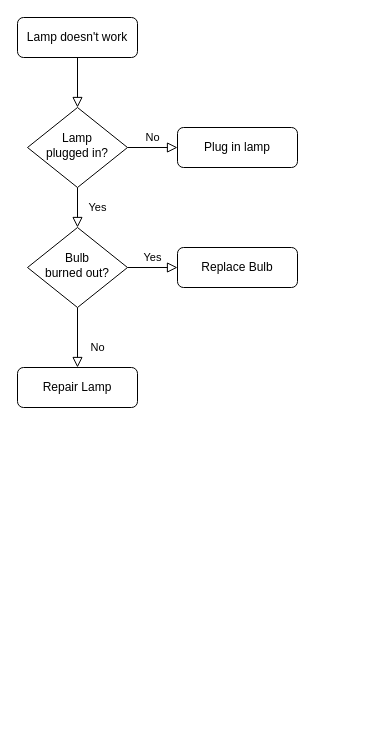
This is dep_diff.drawio from gdutxiaoxu/diagrams, a draw.io file, before an edit. Source tidied: cells renumbered, new cells numbered last; positions are measured from the earlier drawing's top-left corner, leaving out a move shared by most shapes. Both pictures are drawn from the tidied source at 100%, with x=0, y=0 at pixel (17, 17).
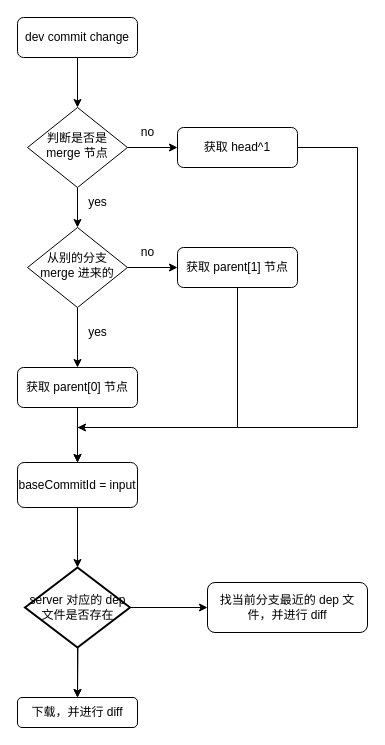
After the change.

What changed in the source:
```diff
@@
-    <mxCell id="2" style="rounded=0;html=1;jettySize=auto;fontSize=11;endArrow=block;endFill=0;endSize=8;strokeWidth=1;shadow=0;labelBackgroundColor=none;edgeStyle=orthogonalEdgeStyle;" parent="1" edge="1" source="3" target="6">
+    <mxCell id="2" style="edgeStyle=orthogonalEdgeStyle;rounded=0;jettySize=auto;html=1;" parent="1" edge="1" source="3" target="6">
       <mxGeometry relative="1" as="geometry" />
     </mxCell>
-    <mxCell id="3" value="Lamp doesn't work" style="rounded=1;whiteSpace=wrap;html=1;fontSize=12;glass=0;strokeWidth=1;shadow=0;" parent="1" vertex="1">
+    <mxCell id="3" value="dev commit change" style="rounded=1;whiteSpace=wrap;html=1;fontSize=12;glass=0;strokeWidth=1;shadow=0;" parent="1" vertex="1">
       <mxGeometry width="120" height="40" as="geometry" />
     </mxCell>
+    <mxCell id="5" style="edgeStyle=orthogonalEdgeStyle;rounded=0;jettySize=auto;html=1;" parent="1" edge="1" source="6" target="7">
+      <mxGeometry relative="1" as="geometry" />
+    </mxCell>
-    <mxCell id="4" value="Yes" style="rounded=0;html=1;jettySize=auto;fontSize=11;endArrow=block;endFill=0;endSize=8;strokeWidth=1;shadow=0;labelBackgroundColor=none;edgeStyle=orthogonalEdgeStyle;" parent="1" edge="1" source="6" target="10">
-      <mxGeometry y="20" relative="1" as="geometry" />
+    <mxCell id="4" style="edgeStyle=orthogonalEdgeStyle;rounded=0;jettySize=auto;html=1;" parent="1" edge="1" source="6" target="10">
+      <mxGeometry relative="1" as="geometry" />
     </mxCell>
-    <mxCell id="5" value="No" style="edgeStyle=orthogonalEdgeStyle;rounded=0;html=1;jettySize=auto;fontSize=11;endArrow=block;endFill=0;endSize=8;strokeWidth=1;shadow=0;labelBackgroundColor=none;" parent="1" edge="1" source="6" target="7">
-      <mxGeometry y="10" relative="1" as="geometry" />
-    </mxCell>
-    <mxCell id="6" value="Lamp&lt;br&gt;plugged in?" style="rhombus;whiteSpace=wrap;html=1;shadow=0;fontFamily=Helvetica;fontSize=12;align=center;strokeWidth=1;spacing=6;spacingTop=-4;" parent="1" vertex="1">
+    <mxCell id="6" value="判断是否是 merge 节点" style="rhombus;whiteSpace=wrap;html=1;shadow=0;fontFamily=Helvetica;fontSize=12;align=center;strokeWidth=1;spacing=6;spacingTop=-4;" parent="1" vertex="1">
       <mxGeometry x="10" y="90" width="100" height="80" as="geometry" />
     </mxCell>
+    <mxCell id="13" style="edgeStyle=orthogonalEdgeStyle;rounded=0;jettySize=auto;html=1;" parent="1" edge="1" source="7">
+      <mxGeometry relative="1" as="geometry">
+        <mxPoint x="60" y="410" as="targetPoint" />
+        <Array as="points">
+          <mxPoint x="340" y="130" />
+          <mxPoint x="340" y="410" />
+        </Array>
+      </mxGeometry>
+    </mxCell>
-    <mxCell id="7" value="Plug in lamp" style="rounded=1;whiteSpace=wrap;html=1;fontSize=12;glass=0;strokeWidth=1;shadow=0;" parent="1" vertex="1">
+    <mxCell id="7" value="获取 head^1" style="rounded=1;whiteSpace=wrap;html=1;fontSize=12;glass=0;strokeWidth=1;shadow=0;" parent="1" vertex="1">
       <mxGeometry x="160" y="110" width="120" height="40" as="geometry" />
     </mxCell>
-    <mxCell id="8" value="No" style="rounded=0;html=1;jettySize=auto;fontSize=11;endArrow=block;endFill=0;endSize=8;strokeWidth=1;shadow=0;labelBackgroundColor=none;edgeStyle=orthogonalEdgeStyle;" parent="1" edge="1" source="10" target="11">
-      <mxGeometry x="0.33" y="20" relative="1" as="geometry" />
+    <mxCell id="8" style="edgeStyle=orthogonalEdgeStyle;rounded=0;jettySize=auto;html=1;" parent="1" edge="1" source="10" target="11">
+      <mxGeometry relative="1" as="geometry" />
     </mxCell>
-    <mxCell id="9" value="Yes" style="edgeStyle=orthogonalEdgeStyle;rounded=0;html=1;jettySize=auto;fontSize=11;endArrow=block;endFill=0;endSize=8;strokeWidth=1;shadow=0;labelBackgroundColor=none;" parent="1" edge="1" source="10" target="12">
-      <mxGeometry y="10" relative="1" as="geometry" />
+    <mxCell id="9" style="edgeStyle=orthogonalEdgeStyle;rounded=0;jettySize=auto;html=1;" parent="1" edge="1" source="10" target="12">
+      <mxGeometry relative="1" as="geometry" />
     </mxCell>
-    <mxCell id="10" value="Bulb&lt;br&gt;burned out?" style="rhombus;whiteSpace=wrap;html=1;shadow=0;fontFamily=Helvetica;fontSize=12;align=center;strokeWidth=1;spacing=6;spacingTop=-4;" parent="1" vertex="1">
+    <mxCell id="10" value="从别的分支 merge 进来的" style="rhombus;whiteSpace=wrap;html=1;shadow=0;fontFamily=Helvetica;fontSize=12;align=center;strokeWidth=1;spacing=6;spacingTop=-4;" parent="1" vertex="1">
       <mxGeometry x="10" y="210" width="100" height="80" as="geometry" />
     </mxCell>
+    <mxCell id="14" style="edgeStyle=orthogonalEdgeStyle;rounded=0;jettySize=auto;html=1;" parent="1" edge="1" source="11" target="21">
+      <mxGeometry relative="1" as="geometry" />
+    </mxCell>
-    <mxCell id="11" value="Repair Lamp" style="rounded=1;whiteSpace=wrap;html=1;fontSize=12;glass=0;strokeWidth=1;shadow=0;" parent="1" vertex="1">
+    <mxCell id="11" value="获取 parent[0] 节点" style="rounded=1;whiteSpace=wrap;html=1;fontSize=12;glass=0;strokeWidth=1;shadow=0;" parent="1" vertex="1">
       <mxGeometry y="350" width="120" height="40" as="geometry" />
     </mxCell>
+    <mxCell id="15" style="edgeStyle=orthogonalEdgeStyle;rounded=0;jettySize=auto;html=1;exitX=0.5;exitY=1;exitDx=0;exitDy=0;entryX=0.5;entryY=0;entryDx=0;entryDy=0;" parent="1" edge="1" source="12" target="21">
+      <mxGeometry relative="1" as="geometry">
+        <Array as="points">
+          <mxPoint x="220" y="410" />
+          <mxPoint x="60" y="410" />
+        </Array>
+      </mxGeometry>
+    </mxCell>
-    <mxCell id="12" value="Replace Bulb" style="rounded=1;whiteSpace=wrap;html=1;fontSize=12;glass=0;strokeWidth=1;shadow=0;" parent="1" vertex="1">
+    <mxCell id="12" value="获取 parent[1] 节点" style="rounded=1;whiteSpace=wrap;html=1;fontSize=12;glass=0;strokeWidth=1;shadow=0;" parent="1" vertex="1">
       <mxGeometry x="160" y="230" width="120" height="40" as="geometry" />
     </mxCell>
+    <mxCell id="16" value="yes" style="text;html=1;align=center;verticalAlign=middle;fillColor=none;strokeColor=none;rounded=0;" parent="1" vertex="1">
+      <mxGeometry x="60" y="170" width="40" height="30" as="geometry" />
+    </mxCell>
+    <mxCell id="17" value="yes" style="text;html=1;align=center;verticalAlign=middle;fillColor=none;strokeColor=none;rounded=0;" parent="1" vertex="1">
+      <mxGeometry x="60" y="300" width="40" height="30" as="geometry" />
+    </mxCell>
+    <mxCell id="18" value="no" style="text;html=1;align=center;verticalAlign=middle;fillColor=none;strokeColor=none;rounded=0;" parent="1" vertex="1">
+      <mxGeometry x="110" y="100" width="40" height="30" as="geometry" />
+    </mxCell>
+    <mxCell id="19" value="no" style="text;html=1;align=center;verticalAlign=middle;fillColor=none;strokeColor=none;rounded=0;" parent="1" vertex="1">
+      <mxGeometry x="110" y="220" width="40" height="30" as="geometry" />
+    </mxCell>
+    <mxCell id="20" style="edgeStyle=orthogonalEdgeStyle;rounded=0;jettySize=auto;html=1;" parent="1" edge="1" source="21" target="27">
+      <mxGeometry relative="1" as="geometry" />
+    </mxCell>
+    <mxCell id="21" value="baseCommitId = input" style="whiteSpace=wrap;html=1;rounded=1;glass=0;strokeWidth=1;shadow=0;" parent="1" vertex="1">
+      <mxGeometry y="445" width="120" height="45" as="geometry" />
+    </mxCell>
+    <mxCell id="22" style="edgeStyle=orthogonalEdgeStyle;rounded=0;jettySize=auto;html=1;" parent="1" edge="1" target="23">
+      <mxGeometry relative="1" as="geometry">
+        <mxPoint x="60" y="570" as="sourcePoint" />
+      </mxGeometry>
+    </mxCell>
+    <mxCell id="23" value="下载，并进行 diff" style="whiteSpace=wrap;html=1;rounded=1;glass=0;strokeWidth=1;shadow=0;" parent="1" vertex="1">
+      <mxGeometry y="680" width="120" height="30" as="geometry" />
+    </mxCell>
+    <mxCell id="24" value="找当前分支最近的 dep 文件，并进行 diff" style="whiteSpace=wrap;html=1;rounded=1;glass=0;strokeWidth=1;shadow=0;" parent="1" vertex="1">
+      <mxGeometry x="190" y="565" width="160" height="50" as="geometry" />
+    </mxCell>
+    <mxCell id="25" style="edgeStyle=orthogonalEdgeStyle;rounded=0;jettySize=auto;html=1;" parent="1" edge="1" source="27" target="23">
+      <mxGeometry relative="1" as="geometry" />
+    </mxCell>
+    <mxCell id="26" style="edgeStyle=orthogonalEdgeStyle;rounded=0;jettySize=auto;html=1;" parent="1" edge="1" source="27" target="24">
+      <mxGeometry relative="1" as="geometry" />
+    </mxCell>
+    <mxCell id="27" value="server 对应的 dep 文件是否存在" style="strokeWidth=2;html=1;shape=mxgraph.flowchart.decision;whiteSpace=wrap;" parent="1" vertex="1">
+      <mxGeometry x="7.5" y="550" width="105" height="80" as="geometry" />
+    </mxCell>
```
